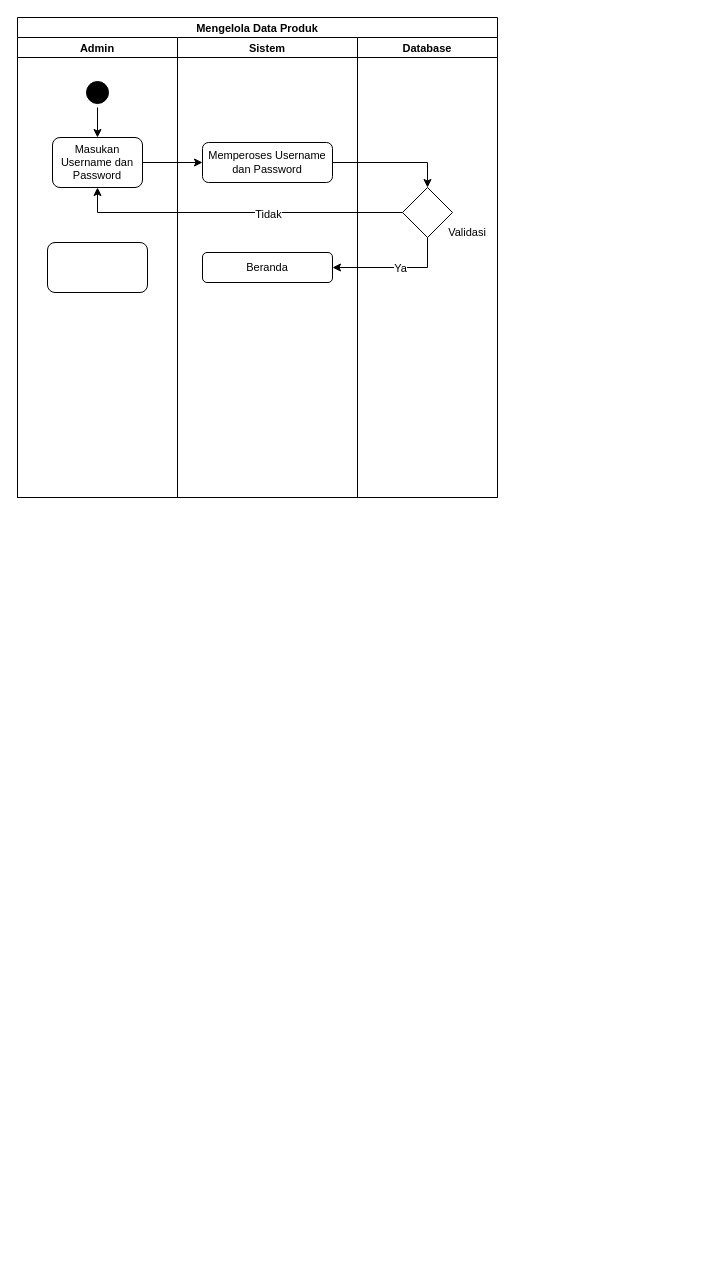
Before: page "Mengelola Data Produk" (10 of 12) of Untitled Diagram.drawio in WildanMaulana17/admin.cafe17purwokerto, a draw.io diagram. Source tidied: cells renumbered, new cells numbered last; positions are measured from the earlier drawing's top-left corner, leaving out a move shared by most shapes. Both pictures are drawn from the tidied source at 100%, with x=0, y=0 at pixel (17, 17).
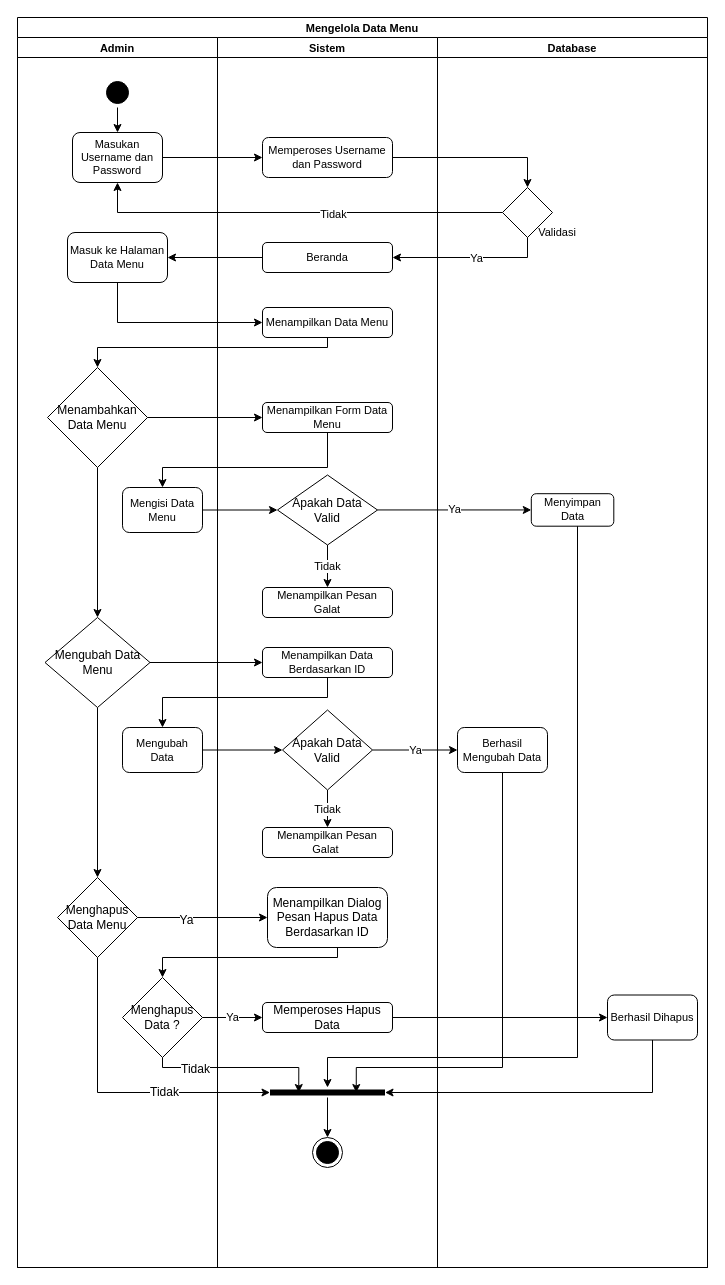
The same diagram, later.

Change to the diagram source:
```diff
@@
-    <mxCell id="2" value="Mengelola Data Produk" style="swimlane;startSize=20;fontSize=11;strokeColor=#000000;" parent="1" vertex="1">
-      <mxGeometry width="480" height="480" as="geometry" />
+    <mxCell id="2" value="Mengelola Data Menu" style="swimlane;startSize=20;fontSize=11;strokeColor=#000000;" parent="1" vertex="1">
+      <mxGeometry width="690" height="1250" as="geometry" />
     </mxCell>
     <mxCell id="3" value="Admin" style="swimlane;startSize=20;fontSize=11;strokeColor=#000000;" parent="2" vertex="1">
-      <mxGeometry y="20" width="160" height="460" as="geometry" />
+      <mxGeometry y="20" width="200" height="1230" as="geometry" />
     </mxCell>
@@
     <mxCell id="5" style="ellipse;html=1;shape=startState;fillColor=#000000;strokeColor=#000000;fontSize=11;" parent="3" vertex="1">
-      <mxGeometry x="65" y="40" width="30" height="30" as="geometry" />
+      <mxGeometry x="85" y="40" width="30" height="30" as="geometry" />
     </mxCell>
     <mxCell id="6" value="Masukan Username dan Password" style="rounded=1;whiteSpace=wrap;html=1;fontSize=11;strokeColor=#000000;" parent="3" vertex="1">
-      <mxGeometry x="35" y="100" width="90" height="50" as="geometry" />
+      <mxGeometry x="55" y="95" width="90" height="50" as="geometry" />
     </mxCell>
-    <mxCell id="7" style="rounded=1;whiteSpace=wrap;html=1;fontSize=11;strokeColor=#000000;" parent="3" vertex="1">
-      <mxGeometry x="30" y="205" width="100" height="50" as="geometry" />
+    <mxCell id="7" value="Masuk ke Halaman Data Menu" style="rounded=1;whiteSpace=wrap;html=1;fontSize=11;strokeColor=#000000;" parent="3" vertex="1">
+      <mxGeometry x="50" y="195" width="100" height="50" as="geometry" />
     </mxCell>
+    <mxCell id="20" style="edgeStyle=orthogonalEdgeStyle;rounded=0;jettySize=auto;html=1;entryX=0.5;entryY=0;entryDx=0;entryDy=0;strokeColor=#000000;" parent="3" edge="1" source="21" target="24">
+      <mxGeometry relative="1" as="geometry" />
+    </mxCell>
+    <mxCell id="21" value="Menambahkan Data Menu" style="rhombus;whiteSpace=wrap;html=1;strokeColor=#000000;" parent="3" vertex="1">
+      <mxGeometry x="30" y="330" width="100" height="100" as="geometry" />
+    </mxCell>
+    <mxCell id="22" value="Mengisi Data Menu" style="rounded=1;whiteSpace=wrap;html=1;fontSize=11;strokeColor=#000000;" parent="3" vertex="1">
+      <mxGeometry x="105" y="450" width="80" height="45" as="geometry" />
+    </mxCell>
+    <mxCell id="23" style="edgeStyle=orthogonalEdgeStyle;rounded=0;jettySize=auto;html=1;entryX=0.5;entryY=0;entryDx=0;entryDy=0;strokeColor=#000000;" parent="3" edge="1" source="24" target="26">
+      <mxGeometry relative="1" as="geometry" />
+    </mxCell>
+    <mxCell id="24" value="Mengubah Data Menu" style="rhombus;whiteSpace=wrap;html=1;strokeColor=#000000;" parent="3" vertex="1">
+      <mxGeometry x="27.5" y="580" width="105" height="90" as="geometry" />
+    </mxCell>
+    <mxCell id="25" value="Mengubah Data" style="rounded=1;whiteSpace=wrap;html=1;fontSize=11;strokeColor=#000000;" parent="3" vertex="1">
+      <mxGeometry x="105" y="690" width="80" height="45" as="geometry" />
+    </mxCell>
+    <mxCell id="26" value="Menghapus Data Menu" style="rhombus;whiteSpace=wrap;html=1;strokeColor=#000000;" parent="3" vertex="1">
+      <mxGeometry x="40" y="840" width="80" height="80" as="geometry" />
+    </mxCell>
+    <mxCell id="27" value="Menghapus Data ?" style="rhombus;whiteSpace=wrap;html=1;strokeColor=#000000;" parent="3" vertex="1">
+      <mxGeometry x="105" y="940" width="80" height="80" as="geometry" />
+    </mxCell>
     <mxCell id="8" value="Sistem" style="swimlane;startSize=20;fontSize=11;strokeColor=#000000;" parent="2" vertex="1">
-      <mxGeometry x="160" y="20" width="180" height="460" as="geometry" />
+      <mxGeometry x="200" y="20" width="220" height="1230" as="geometry" />
     </mxCell>
     <mxCell id="9" value="Memperoses Username dan Password" style="rounded=1;whiteSpace=wrap;html=1;fontSize=11;strokeColor=#000000;" parent="8" vertex="1">
-      <mxGeometry x="25" y="105" width="130" height="40" as="geometry" />
+      <mxGeometry x="45" y="100" width="130" height="40" as="geometry" />
     </mxCell>
     <mxCell id="10" value="Beranda" style="rounded=1;whiteSpace=wrap;html=1;fontSize=11;strokeColor=#000000;" parent="8" vertex="1">
-      <mxGeometry x="25" y="215" width="130" height="30" as="geometry" />
+      <mxGeometry x="45" y="205" width="130" height="30" as="geometry" />
     </mxCell>
+    <mxCell id="28" value="Menampilkan Data Menu" style="rounded=1;whiteSpace=wrap;html=1;fontSize=11;strokeColor=#000000;" parent="8" vertex="1">
+      <mxGeometry x="45" y="270" width="130" height="30" as="geometry" />
+    </mxCell>
+    <mxCell id="29" value="Menampilkan Form Data Menu" style="rounded=1;whiteSpace=wrap;html=1;fontSize=11;strokeColor=#000000;" parent="8" vertex="1">
+      <mxGeometry x="45" y="365" width="130" height="30" as="geometry" />
+    </mxCell>
+    <mxCell id="30" value="Tidak" style="edgeStyle=orthogonalEdgeStyle;rounded=0;jettySize=auto;html=1;strokeColor=#000000;" parent="8" edge="1" source="31" target="32">
+      <mxGeometry relative="1" as="geometry" />
+    </mxCell>
+    <mxCell id="31" value="Apakah Data Valid" style="rhombus;whiteSpace=wrap;html=1;strokeColor=#000000;" parent="8" vertex="1">
+      <mxGeometry x="60" y="437.5" width="100" height="70" as="geometry" />
+    </mxCell>
+    <mxCell id="32" value="Menampilkan Pesan Galat" style="rounded=1;whiteSpace=wrap;html=1;fontSize=11;strokeColor=#000000;" parent="8" vertex="1">
+      <mxGeometry x="45" y="550" width="130" height="30" as="geometry" />
+    </mxCell>
+    <mxCell id="33" value="Menampilkan Data Berdasarkan ID" style="rounded=1;whiteSpace=wrap;html=1;fontSize=11;strokeColor=#000000;" parent="8" vertex="1">
+      <mxGeometry x="45" y="610" width="130" height="30" as="geometry" />
+    </mxCell>
+    <mxCell id="34" value="Tidak" style="edgeStyle=orthogonalEdgeStyle;rounded=0;jettySize=auto;html=1;entryX=0.5;entryY=0;entryDx=0;entryDy=0;strokeColor=#000000;" parent="8" edge="1" source="35" target="36">
+      <mxGeometry relative="1" as="geometry" />
+    </mxCell>
+    <mxCell id="35" value="Apakah Data Valid" style="rhombus;whiteSpace=wrap;html=1;strokeColor=#000000;" parent="8" vertex="1">
+      <mxGeometry x="65" y="672.5" width="90" height="80" as="geometry" />
+    </mxCell>
+    <mxCell id="36" value="Menampilkan Pesan Galat&amp;nbsp;" style="rounded=1;whiteSpace=wrap;html=1;fontSize=11;strokeColor=#000000;" parent="8" vertex="1">
+      <mxGeometry x="45" y="790" width="130" height="30" as="geometry" />
+    </mxCell>
+    <mxCell id="37" value="&lt;span&gt;Menampilkan Dialog Pesan Hapus Data Berdasarkan ID&lt;/span&gt;" style="rounded=1;whiteSpace=wrap;html=1;strokeColor=#000000;" parent="8" vertex="1">
+      <mxGeometry x="50" y="850" width="120" height="60" as="geometry" />
+    </mxCell>
+    <mxCell id="38" value="&lt;font style=&quot;font-size: 12px&quot;&gt;Memperoses Hapus Data&lt;/font&gt;" style="rounded=1;whiteSpace=wrap;html=1;fontSize=11;strokeColor=#000000;" parent="8" vertex="1">
+      <mxGeometry x="45" y="965" width="130" height="30" as="geometry" />
+    </mxCell>
+    <mxCell id="39" style="edgeStyle=orthogonalEdgeStyle;rounded=0;jettySize=auto;html=1;entryX=0.5;entryY=0;entryDx=0;entryDy=0;fontSize=12;strokeColor=#000000;" parent="8" edge="1" source="40" target="41">
+      <mxGeometry relative="1" as="geometry" />
+    </mxCell>
+    <mxCell id="40" style="shape=line;html=1;strokeWidth=6;strokeColor=#000000;fontSize=12;" parent="8" vertex="1">
+      <mxGeometry x="52.5" y="1050" width="115" height="10" as="geometry" />
+    </mxCell>
+    <mxCell id="41" style="ellipse;html=1;shape=endState;fillColor=#000000;strokeColor=#000000;fontSize=12;" parent="8" vertex="1">
+      <mxGeometry x="95" y="1100" width="30" height="30" as="geometry" />
+    </mxCell>
     <mxCell id="11" value="Database" style="swimlane;startSize=20;fontSize=11;strokeColor=#000000;" parent="2" vertex="1">
-      <mxGeometry x="340" y="20" width="140" height="460" as="geometry" />
+      <mxGeometry x="420" y="20" width="270" height="1230" as="geometry" />
     </mxCell>
     <mxCell id="12" style="rhombus;whiteSpace=wrap;html=1;fontSize=11;strokeColor=#000000;" parent="11" vertex="1">
-      <mxGeometry x="45" y="150" width="50" height="50" as="geometry" />
+      <mxGeometry x="65" y="150" width="50" height="50" as="geometry" />
     </mxCell>
     <mxCell id="13" value="Validasi" style="text;html=1;strokeColor=none;fillColor=none;align=center;verticalAlign=middle;whiteSpace=wrap;rounded=0;fontSize=11;" parent="11" vertex="1">
-      <mxGeometry x="80" y="180" width="60" height="30" as="geometry" />
+      <mxGeometry x="90" y="180" width="60" height="30" as="geometry" />
     </mxCell>
+    <mxCell id="42" value="Menyimpan Data" style="rounded=1;whiteSpace=wrap;html=1;fontSize=11;strokeColor=#000000;" parent="11" vertex="1">
+      <mxGeometry x="93.8" y="456.2" width="82.5" height="32.5" as="geometry" />
+    </mxCell>
+    <mxCell id="43" value="Berhasil Mengubah Data" style="rounded=1;whiteSpace=wrap;html=1;fontSize=11;strokeColor=#000000;" parent="11" vertex="1">
+      <mxGeometry x="20" y="690" width="90" height="45" as="geometry" />
+    </mxCell>
+    <mxCell id="44" value="Berhasil Dihapus" style="rounded=1;whiteSpace=wrap;html=1;fontSize=11;strokeColor=#000000;" parent="11" vertex="1">
+      <mxGeometry x="170" y="957.5" width="90" height="45" as="geometry" />
+    </mxCell>
@@
     <mxCell id="18" style="edgeStyle=orthogonalEdgeStyle;rounded=0;jettySize=auto;html=1;entryX=1;entryY=0.5;entryDx=0;entryDy=0;fontSize=11;strokeColor=#000000;" parent="2" edge="1" source="12" target="10">
       <mxGeometry relative="1" as="geometry">
         <Array as="points">
-          <mxPoint x="410" y="250" />
+          <mxPoint x="510" y="240" />
         </Array>
       </mxGeometry>
     </mxCell>
@@
+    <mxCell id="45" style="edgeStyle=orthogonalEdgeStyle;rounded=0;jettySize=auto;html=1;entryX=1;entryY=0.5;entryDx=0;entryDy=0;" parent="2" edge="1" source="10" target="7">
+      <mxGeometry relative="1" as="geometry" />
+    </mxCell>
+    <mxCell id="46" style="edgeStyle=orthogonalEdgeStyle;rounded=0;jettySize=auto;html=1;entryX=0;entryY=0.5;entryDx=0;entryDy=0;" parent="2" edge="1" source="7" target="28">
+      <mxGeometry relative="1" as="geometry">
+        <Array as="points">
+          <mxPoint x="100" y="305" />
+        </Array>
+      </mxGeometry>
+    </mxCell>
+    <mxCell id="47" style="edgeStyle=orthogonalEdgeStyle;rounded=0;jettySize=auto;html=1;entryX=0.5;entryY=0;entryDx=0;entryDy=0;strokeColor=#000000;" parent="2" edge="1" source="28" target="21">
+      <mxGeometry relative="1" as="geometry">
+        <Array as="points">
+          <mxPoint x="310" y="330" />
+          <mxPoint x="80" y="330" />
+        </Array>
+      </mxGeometry>
+    </mxCell>
+    <mxCell id="48" style="edgeStyle=orthogonalEdgeStyle;rounded=0;jettySize=auto;html=1;entryX=0;entryY=0.5;entryDx=0;entryDy=0;strokeColor=#000000;" parent="2" edge="1" source="21" target="29">
+      <mxGeometry relative="1" as="geometry" />
+    </mxCell>
+    <mxCell id="49" style="edgeStyle=orthogonalEdgeStyle;rounded=0;jettySize=auto;html=1;entryX=0.5;entryY=0;entryDx=0;entryDy=0;strokeColor=#000000;" parent="2" edge="1" source="29" target="22">
+      <mxGeometry relative="1" as="geometry">
+        <Array as="points">
+          <mxPoint x="310" y="450" />
+          <mxPoint x="145" y="450" />
+        </Array>
+      </mxGeometry>
+    </mxCell>
+    <mxCell id="50" style="edgeStyle=orthogonalEdgeStyle;rounded=0;jettySize=auto;html=1;entryX=0;entryY=0.5;entryDx=0;entryDy=0;strokeColor=#000000;" parent="2" edge="1" source="22" target="31">
+      <mxGeometry relative="1" as="geometry" />
+    </mxCell>
+    <mxCell id="51" value="Ya" style="edgeStyle=orthogonalEdgeStyle;rounded=0;jettySize=auto;html=1;entryX=0;entryY=0.5;entryDx=0;entryDy=0;strokeColor=#000000;" parent="2" edge="1" source="31" target="42">
+      <mxGeometry relative="1" as="geometry" />
+    </mxCell>
+    <mxCell id="52" style="edgeStyle=orthogonalEdgeStyle;rounded=0;jettySize=auto;html=1;entryX=0;entryY=0.5;entryDx=0;entryDy=0;strokeColor=#000000;" parent="2" edge="1" source="24" target="33">
+      <mxGeometry relative="1" as="geometry" />
+    </mxCell>
+    <mxCell id="53" style="edgeStyle=orthogonalEdgeStyle;rounded=0;jettySize=auto;html=1;entryX=0.5;entryY=0;entryDx=0;entryDy=0;strokeColor=#000000;" parent="2" edge="1" source="33" target="25">
+      <mxGeometry relative="1" as="geometry">
+        <Array as="points">
+          <mxPoint x="310" y="680" />
+          <mxPoint x="145" y="680" />
+        </Array>
+      </mxGeometry>
+    </mxCell>
+    <mxCell id="54" style="edgeStyle=orthogonalEdgeStyle;rounded=0;jettySize=auto;html=1;entryX=0;entryY=0.5;entryDx=0;entryDy=0;strokeColor=#000000;" parent="2" edge="1" source="25" target="35">
+      <mxGeometry relative="1" as="geometry" />
+    </mxCell>
+    <mxCell id="55" value="Ya" style="edgeStyle=orthogonalEdgeStyle;rounded=0;jettySize=auto;html=1;entryX=0;entryY=0.5;entryDx=0;entryDy=0;strokeColor=#000000;" parent="2" edge="1" source="35" target="43">
+      <mxGeometry relative="1" as="geometry" />
+    </mxCell>
+    <mxCell id="56" style="edgeStyle=orthogonalEdgeStyle;rounded=0;jettySize=auto;html=1;entryX=0;entryY=0.5;entryDx=0;entryDy=0;strokeColor=#000000;" parent="2" edge="1" source="26" target="37">
+      <mxGeometry relative="1" as="geometry" />
+    </mxCell>
+    <mxCell id="57" value="Ya" style="edgeLabel;html=1;align=center;verticalAlign=middle;fontSize=12;" parent="56" vertex="1">
+      <mxGeometry x="-0.26" y="-2" relative="1" as="geometry" />
+    </mxCell>
+    <mxCell id="58" style="edgeStyle=orthogonalEdgeStyle;rounded=0;jettySize=auto;html=1;strokeColor=#000000;entryX=0.5;entryY=0;entryDx=0;entryDy=0;" parent="2" edge="1" source="37" target="27">
+      <mxGeometry relative="1" as="geometry">
+        <Array as="points">
+          <mxPoint x="320" y="940" />
+          <mxPoint x="145" y="940" />
+        </Array>
+      </mxGeometry>
+    </mxCell>
+    <mxCell id="59" value="Ya" style="edgeStyle=orthogonalEdgeStyle;rounded=0;jettySize=auto;html=1;entryX=0;entryY=0.5;entryDx=0;entryDy=0;strokeColor=#000000;" parent="2" edge="1" source="27" target="38">
+      <mxGeometry relative="1" as="geometry" />
+    </mxCell>
+    <mxCell id="60" style="edgeStyle=orthogonalEdgeStyle;rounded=0;jettySize=auto;html=1;entryX=0;entryY=0.5;entryDx=0;entryDy=0;fontSize=12;strokeColor=#000000;" parent="2" edge="1" source="38" target="44">
+      <mxGeometry relative="1" as="geometry" />
+    </mxCell>
+    <mxCell id="61" style="edgeStyle=orthogonalEdgeStyle;rounded=0;jettySize=auto;html=1;entryX=1;entryY=0.5;entryDx=0;entryDy=0;entryPerimeter=0;fontSize=12;strokeColor=#000000;" parent="2" edge="1" source="44" target="40">
+      <mxGeometry relative="1" as="geometry">
+        <Array as="points">
+          <mxPoint x="635" y="1075" />
+        </Array>
+      </mxGeometry>
+    </mxCell>
+    <mxCell id="62" style="edgeStyle=orthogonalEdgeStyle;rounded=0;jettySize=auto;html=1;entryX=0.75;entryY=0.5;entryDx=0;entryDy=0;entryPerimeter=0;fontSize=12;strokeColor=#000000;" parent="2" edge="1" source="43" target="40">
+      <mxGeometry relative="1" as="geometry">
+        <Array as="points">
+          <mxPoint x="485" y="1050" />
+          <mxPoint x="339" y="1050" />
+        </Array>
+      </mxGeometry>
+    </mxCell>
+    <mxCell id="63" style="edgeStyle=orthogonalEdgeStyle;rounded=0;jettySize=auto;html=1;fontSize=12;strokeColor=#000000;" parent="2" edge="1" source="42" target="40">
+      <mxGeometry relative="1" as="geometry">
+        <Array as="points">
+          <mxPoint x="560" y="1040" />
+          <mxPoint x="310" y="1040" />
+        </Array>
+      </mxGeometry>
+    </mxCell>
+    <mxCell id="64" style="edgeStyle=orthogonalEdgeStyle;rounded=0;jettySize=auto;html=1;entryX=0.25;entryY=0.5;entryDx=0;entryDy=0;entryPerimeter=0;fontSize=12;strokeColor=#000000;" parent="2" edge="1" source="27" target="40">
+      <mxGeometry relative="1" as="geometry">
+        <Array as="points">
+          <mxPoint x="145" y="1050" />
+          <mxPoint x="281" y="1050" />
+        </Array>
+      </mxGeometry>
+    </mxCell>
+    <mxCell id="65" value="Tidak" style="edgeLabel;html=1;align=center;verticalAlign=middle;fontSize=12;" parent="64" vertex="1">
+      <mxGeometry x="-0.51" y="-1" relative="1" as="geometry" />
+    </mxCell>
+    <mxCell id="66" style="edgeStyle=orthogonalEdgeStyle;rounded=0;jettySize=auto;html=1;entryX=0;entryY=0.5;entryDx=0;entryDy=0;entryPerimeter=0;fontSize=12;strokeColor=#000000;" parent="2" edge="1" source="26" target="40">
+      <mxGeometry relative="1" as="geometry">
+        <Array as="points">
+          <mxPoint x="80" y="1075" />
+        </Array>
+      </mxGeometry>
+    </mxCell>
+    <mxCell id="67" value="Tidak" style="edgeLabel;html=1;align=center;verticalAlign=middle;fontSize=12;" parent="66" vertex="1">
+      <mxGeometry x="0.31" y="1" relative="1" as="geometry" />
+    </mxCell>
```
